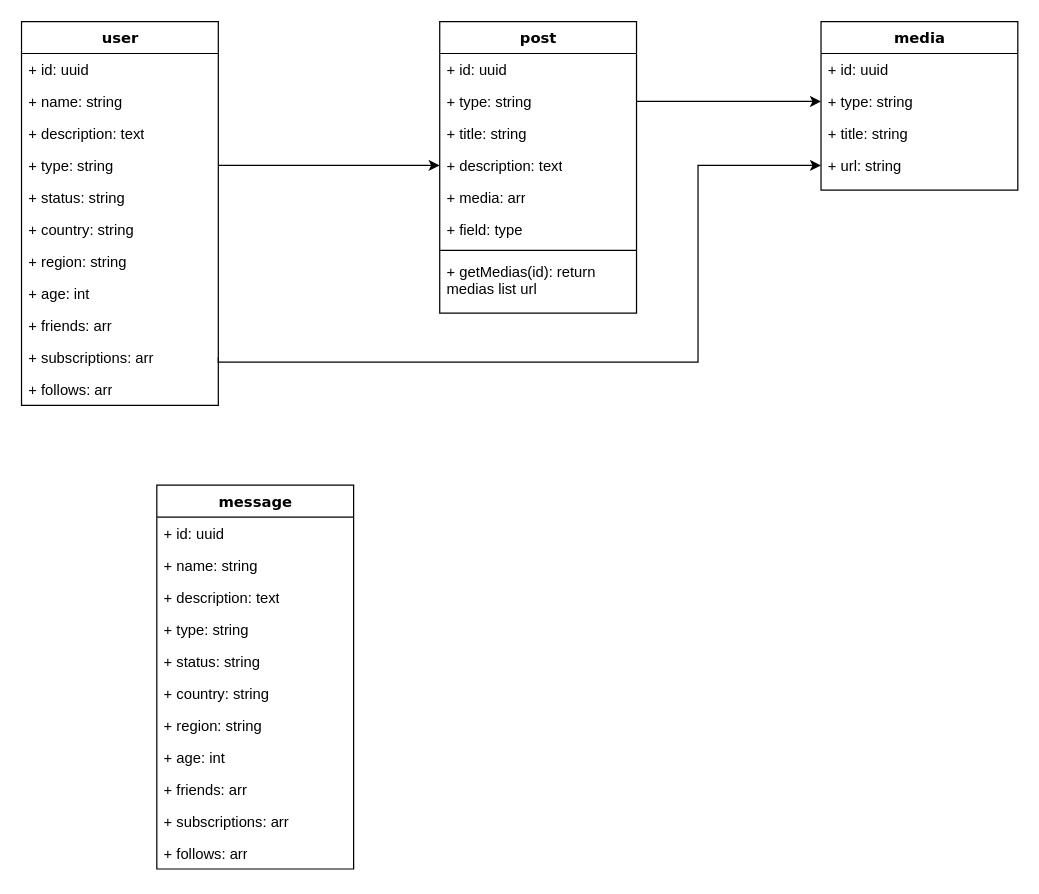
SuperplusMaximus/draw.io keeps this draw.io diagram as Untitled Diagram.drawio. Above is the earlier version. Source tidied: cells renumbered, new cells numbered last; positions are measured from the earlier drawing's top-left corner, leaving out a move shared by most shapes. Both pictures are drawn from the tidied source at 123%, with x=0, y=0 at pixel (21, 21).
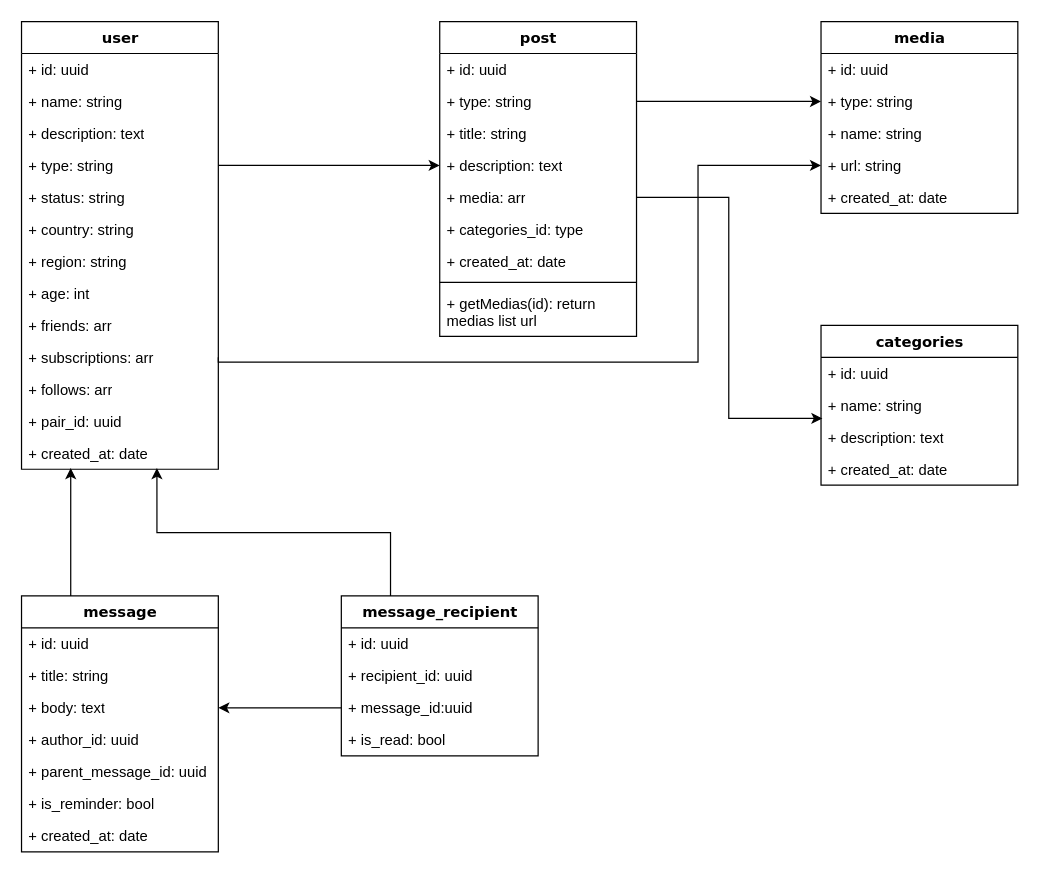
The same diagram, later.

The change refers to these unchanged cells:
```xml
<mxCell id="19" value="+ media: arr" style="text;html=1;strokeColor=none;fillColor=none;align=left;verticalAlign=top;spacingLeft=4;spacingRight=4;whiteSpace=wrap;overflow=hidden;points=[[0,0.5],[1,0.5]];portConstraint=eastwest;" parent="14" vertex="1">
  <mxGeometry y="130" width="160" height="26" as="geometry" />
</mxCell>
```

The edit, as a diff of the source:
```diff
@@
     <mxCell id="2" value="user" style="swimlane;html=1;fontStyle=1;align=center;verticalAlign=top;horizontal=1;startSize=26;swimlaneFillColor=#ffffff;rounded=0;shadow=0;comic=0;labelBackgroundColor=none;strokeWidth=1;fillColor=none;fontFamily=Verdana;fontSize=12;" parent="1" vertex="1">
-      <mxGeometry width="160" height="312" as="geometry" />
+      <mxGeometry width="160" height="364" as="geometry" />
     </mxCell>
@@
+    <mxCell id="43" value="+ pair_id: uuid" style="text;html=1;strokeColor=none;fillColor=none;align=left;verticalAlign=top;spacingLeft=4;spacingRight=4;whiteSpace=wrap;overflow=hidden;" parent="2" vertex="1">
+      <mxGeometry y="312" width="160" height="26" as="geometry" />
+    </mxCell>
+    <mxCell id="44" value="+ created_at: date" style="text;html=1;strokeColor=none;fillColor=none;align=left;verticalAlign=top;spacingLeft=4;spacingRight=4;whiteSpace=wrap;overflow=hidden;points=[[0,0.5],[1,0.5]];portConstraint=eastwest;" parent="2" vertex="1">
+      <mxGeometry y="338" width="160" height="26" as="geometry" />
+    </mxCell>
     <mxCell id="14" value="post" style="swimlane;html=1;fontStyle=1;align=center;verticalAlign=top;horizontal=1;startSize=26;swimlaneFillColor=#ffffff;rounded=0;shadow=0;comic=0;labelBackgroundColor=none;strokeWidth=1;fillColor=none;fontFamily=Verdana;fontSize=12;" parent="1" vertex="1">
-      <mxGeometry x="340" width="160" height="237" as="geometry" />
+      <mxGeometry x="340" width="160" height="256" as="geometry" />
     </mxCell>
@@
-    <mxCell id="20" value="+ field: type" style="text;html=1;strokeColor=none;fillColor=none;align=left;verticalAlign=top;spacingLeft=4;spacingRight=4;whiteSpace=wrap;overflow=hidden;" parent="14" vertex="1">
+    <mxCell id="20" value="+ categories_id: type" style="text;html=1;strokeColor=none;fillColor=none;align=left;verticalAlign=top;spacingLeft=4;spacingRight=4;whiteSpace=wrap;overflow=hidden;" parent="14" vertex="1">
       <mxGeometry y="156" width="160" height="26" as="geometry" />
     </mxCell>
+    <mxCell id="45" value="+ created_at: date" style="text;html=1;strokeColor=none;fillColor=none;align=left;verticalAlign=top;spacingLeft=4;spacingRight=4;whiteSpace=wrap;overflow=hidden;" parent="14" vertex="1">
+      <mxGeometry y="182" width="160" height="26" as="geometry" />
+    </mxCell>
     <mxCell id="21" style="line;html=1;strokeWidth=1;fillColor=none;align=left;verticalAlign=middle;spacingTop=-1;spacingLeft=3;spacingRight=3;labelPosition=right;" parent="14" vertex="1">
-      <mxGeometry y="182" width="160" height="8" as="geometry" />
+      <mxGeometry y="208" width="160" height="8" as="geometry" />
     </mxCell>
     <mxCell id="22" value="+ getMedias(id): return medias list url" style="text;html=1;strokeColor=none;fillColor=none;align=left;verticalAlign=top;spacingLeft=4;spacingRight=4;whiteSpace=wrap;overflow=hidden;" parent="14" vertex="1">
-      <mxGeometry y="190" width="160" height="40" as="geometry" />
+      <mxGeometry y="216" width="160" height="40" as="geometry" />
     </mxCell>
     <mxCell id="23" value="media" style="swimlane;html=1;fontStyle=1;align=center;verticalAlign=top;horizontal=1;startSize=26;swimlaneFillColor=#ffffff;rounded=0;shadow=0;comic=0;labelBackgroundColor=none;strokeWidth=1;fillColor=none;fontFamily=Verdana;fontSize=12;" parent="1" vertex="1">
-      <mxGeometry x="650" width="160" height="137" as="geometry" />
+      <mxGeometry x="650" width="160" height="156" as="geometry" />
     </mxCell>
@@
-    <mxCell id="26" value="+ title: string" style="text;html=1;strokeColor=none;fillColor=none;align=left;verticalAlign=top;spacingLeft=4;spacingRight=4;whiteSpace=wrap;overflow=hidden;" parent="23" vertex="1">
+    <mxCell id="26" value="+ name: string" style="text;html=1;strokeColor=none;fillColor=none;align=left;verticalAlign=top;spacingLeft=4;spacingRight=4;whiteSpace=wrap;overflow=hidden;" parent="23" vertex="1">
       <mxGeometry y="78" width="160" height="26" as="geometry" />
     </mxCell>
@@
+    <mxCell id="46" value="+ created_at: date" style="text;html=1;strokeColor=none;fillColor=none;align=left;verticalAlign=top;spacingLeft=4;spacingRight=4;whiteSpace=wrap;overflow=hidden;" parent="23" vertex="1">
+      <mxGeometry y="130" width="160" height="26" as="geometry" />
+    </mxCell>
@@
+    <mxCell id="47" style="edgeStyle=orthogonalEdgeStyle;rounded=0;jettySize=auto;html=1;exitX=0.25;exitY=0;exitDx=0;exitDy=0;entryX=0.25;entryY=0.962;entryDx=0;entryDy=0;entryPerimeter=0;" parent="1" edge="1" source="31" target="44">
+      <mxGeometry relative="1" as="geometry" />
+    </mxCell>
     <mxCell id="31" value="message" style="swimlane;html=1;fontStyle=1;align=center;verticalAlign=top;horizontal=1;startSize=26;swimlaneFillColor=#ffffff;rounded=0;shadow=0;comic=0;labelBackgroundColor=none;strokeWidth=1;fillColor=none;fontFamily=Verdana;fontSize=12;" parent="1" vertex="1">
-      <mxGeometry x="110" y="377" width="160" height="312" as="geometry" />
+      <mxGeometry y="467" width="160" height="208" as="geometry" />
     </mxCell>
@@
-    <mxCell id="33" value="+ name: string" style="text;html=1;strokeColor=none;fillColor=none;align=left;verticalAlign=top;spacingLeft=4;spacingRight=4;whiteSpace=wrap;overflow=hidden;" parent="31" vertex="1">
+    <mxCell id="33" value="+ title: string" style="text;html=1;strokeColor=none;fillColor=none;align=left;verticalAlign=top;spacingLeft=4;spacingRight=4;whiteSpace=wrap;overflow=hidden;" parent="31" vertex="1">
       <mxGeometry y="52" width="160" height="26" as="geometry" />
     </mxCell>
-    <mxCell id="34" value="+ description: text" style="text;html=1;strokeColor=none;fillColor=none;align=left;verticalAlign=top;spacingLeft=4;spacingRight=4;whiteSpace=wrap;overflow=hidden;points=[[0,0.5],[1,0.5]];portConstraint=eastwest;" parent="31" vertex="1">
+    <mxCell id="34" value="+ body: text" style="text;html=1;strokeColor=none;fillColor=none;align=left;verticalAlign=top;spacingLeft=4;spacingRight=4;whiteSpace=wrap;overflow=hidden;points=[[0,0.5],[1,0.5]];portConstraint=eastwest;" parent="31" vertex="1">
       <mxGeometry y="78" width="160" height="26" as="geometry" />
     </mxCell>
-    <mxCell id="35" value="+ type: string" style="text;html=1;strokeColor=none;fillColor=none;align=left;verticalAlign=top;spacingLeft=4;spacingRight=4;whiteSpace=wrap;overflow=hidden;" parent="31" vertex="1">
-      <mxGeometry y="104" width="160" height="26" as="geometry" />
-    </mxCell>
-    <mxCell id="36" value="+ status: string" style="text;html=1;strokeColor=none;fillColor=none;align=left;verticalAlign=top;spacingLeft=4;spacingRight=4;whiteSpace=wrap;overflow=hidden;" parent="31" vertex="1">
-      <mxGeometry y="130" width="160" height="26" as="geometry" />
+    <mxCell id="36" value="+ author_id: uuid" style="text;html=1;strokeColor=none;fillColor=none;align=left;verticalAlign=top;spacingLeft=4;spacingRight=4;whiteSpace=wrap;overflow=hidden;" parent="31" vertex="1">
+      <mxGeometry y="104" width="160" height="26" as="geometry" />
     </mxCell>
-    <mxCell id="37" value="+ country: string" style="text;html=1;strokeColor=none;fillColor=none;align=left;verticalAlign=top;spacingLeft=4;spacingRight=4;whiteSpace=wrap;overflow=hidden;" parent="31" vertex="1">
-      <mxGeometry y="156" width="160" height="26" as="geometry" />
-    </mxCell>
-    <mxCell id="38" value="+ region: string" style="text;html=1;strokeColor=none;fillColor=none;align=left;verticalAlign=top;spacingLeft=4;spacingRight=4;whiteSpace=wrap;overflow=hidden;" parent="31" vertex="1">
-      <mxGeometry y="182" width="160" height="26" as="geometry" />
-    </mxCell>
-    <mxCell id="39" value="+ age: int" style="text;html=1;strokeColor=none;fillColor=none;align=left;verticalAlign=top;spacingLeft=4;spacingRight=4;whiteSpace=wrap;overflow=hidden;" parent="31" vertex="1">
-      <mxGeometry y="208" width="160" height="26" as="geometry" />
-    </mxCell>
-    <mxCell id="40" value="+ friends: arr" style="text;html=1;strokeColor=none;fillColor=none;align=left;verticalAlign=top;spacingLeft=4;spacingRight=4;whiteSpace=wrap;overflow=hidden;" parent="31" vertex="1">
-      <mxGeometry y="234" width="160" height="26" as="geometry" />
-    </mxCell>
-    <mxCell id="41" value="+ subscriptions: arr" style="text;html=1;strokeColor=none;fillColor=none;align=left;verticalAlign=top;spacingLeft=4;spacingRight=4;whiteSpace=wrap;overflow=hidden;" parent="31" vertex="1">
-      <mxGeometry y="260" width="160" height="26" as="geometry" />
-    </mxCell>
-    <mxCell id="42" value="+ follows: arr" style="text;html=1;strokeColor=none;fillColor=none;align=left;verticalAlign=top;spacingLeft=4;spacingRight=4;whiteSpace=wrap;overflow=hidden;" parent="31" vertex="1">
-      <mxGeometry y="286" width="160" height="26" as="geometry" />
-    </mxCell>
+    <mxCell id="48" value="+ parent_message_id: uuid" style="text;html=1;strokeColor=none;fillColor=none;align=left;verticalAlign=top;spacingLeft=4;spacingRight=4;whiteSpace=wrap;overflow=hidden;" parent="31" vertex="1">
+      <mxGeometry y="130" width="160" height="26" as="geometry" />
+    </mxCell>
+    <mxCell id="49" value="+ is_reminder: bool" style="text;html=1;strokeColor=none;fillColor=none;align=left;verticalAlign=top;spacingLeft=4;spacingRight=4;whiteSpace=wrap;overflow=hidden;" parent="31" vertex="1">
+      <mxGeometry y="156" width="160" height="26" as="geometry" />
+    </mxCell>
+    <mxCell id="50" value="+ created_at: date" style="text;html=1;strokeColor=none;fillColor=none;align=left;verticalAlign=top;spacingLeft=4;spacingRight=4;whiteSpace=wrap;overflow=hidden;" parent="31" vertex="1">
+      <mxGeometry y="182" width="160" height="26" as="geometry" />
+    </mxCell>
+    <mxCell id="51" style="edgeStyle=orthogonalEdgeStyle;rounded=0;jettySize=auto;html=1;exitX=0.25;exitY=0;exitDx=0;exitDy=0;entryX=0.688;entryY=0.962;entryDx=0;entryDy=0;entryPerimeter=0;" parent="1" edge="1" source="52" target="44">
+      <mxGeometry relative="1" as="geometry" />
+    </mxCell>
+    <mxCell id="52" value="message_recipient" style="swimlane;html=1;fontStyle=1;align=center;verticalAlign=top;horizontal=1;startSize=26;swimlaneFillColor=#ffffff;rounded=0;shadow=0;comic=0;labelBackgroundColor=none;strokeWidth=1;fillColor=none;fontFamily=Verdana;fontSize=12;" parent="1" vertex="1">
+      <mxGeometry x="260" y="467" width="160" height="130" as="geometry" />
+    </mxCell>
+    <mxCell id="53" value="&lt;div&gt;+ id: uuid&lt;/div&gt;" style="text;html=1;strokeColor=none;fillColor=none;align=left;verticalAlign=top;spacingLeft=4;spacingRight=4;whiteSpace=wrap;overflow=hidden;" parent="52" vertex="1">
+      <mxGeometry y="26" width="160" height="26" as="geometry" />
+    </mxCell>
+    <mxCell id="54" value="+ recipient_id: uuid" style="text;html=1;strokeColor=none;fillColor=none;align=left;verticalAlign=top;spacingLeft=4;spacingRight=4;whiteSpace=wrap;overflow=hidden;" parent="52" vertex="1">
+      <mxGeometry y="52" width="160" height="26" as="geometry" />
+    </mxCell>
+    <mxCell id="55" value="+ message_id:uuid" style="text;html=1;strokeColor=none;fillColor=none;align=left;verticalAlign=top;spacingLeft=4;spacingRight=4;whiteSpace=wrap;overflow=hidden;points=[[0,0.5],[1,0.5]];portConstraint=eastwest;" parent="52" vertex="1">
+      <mxGeometry y="78" width="160" height="26" as="geometry" />
+    </mxCell>
+    <mxCell id="56" value="+ is_read: bool" style="text;html=1;strokeColor=none;fillColor=none;align=left;verticalAlign=top;spacingLeft=4;spacingRight=4;whiteSpace=wrap;overflow=hidden;" parent="52" vertex="1">
+      <mxGeometry y="104" width="160" height="26" as="geometry" />
+    </mxCell>
+    <mxCell id="57" style="edgeStyle=orthogonalEdgeStyle;rounded=0;jettySize=auto;html=1;exitX=0;exitY=0.5;exitDx=0;exitDy=0;entryX=1;entryY=0.5;entryDx=0;entryDy=0;" parent="1" edge="1" source="55" target="34">
+      <mxGeometry relative="1" as="geometry" />
+    </mxCell>
+    <mxCell id="58" value="categories" style="swimlane;html=1;fontStyle=1;align=center;verticalAlign=top;horizontal=1;startSize=26;swimlaneFillColor=#ffffff;rounded=0;shadow=0;comic=0;labelBackgroundColor=none;strokeWidth=1;fillColor=none;fontFamily=Verdana;fontSize=12;" parent="1" vertex="1">
+      <mxGeometry x="650" y="247" width="160" height="130" as="geometry" />
+    </mxCell>
+    <mxCell id="59" value="+ id: uuid" style="text;html=1;strokeColor=none;fillColor=none;align=left;verticalAlign=top;spacingLeft=4;spacingRight=4;whiteSpace=wrap;overflow=hidden;" parent="58" vertex="1">
+      <mxGeometry y="26" width="160" height="26" as="geometry" />
+    </mxCell>
+    <mxCell id="60" value="+ name: string" style="text;html=1;strokeColor=none;fillColor=none;align=left;verticalAlign=top;spacingLeft=4;spacingRight=4;whiteSpace=wrap;overflow=hidden;" parent="58" vertex="1">
+      <mxGeometry y="52" width="160" height="26" as="geometry" />
+    </mxCell>
+    <mxCell id="61" value="+ description: text" style="text;html=1;strokeColor=none;fillColor=none;align=left;verticalAlign=top;spacingLeft=4;spacingRight=4;whiteSpace=wrap;overflow=hidden;points=[[0,0.5],[1,0.5]];portConstraint=eastwest;" parent="58" vertex="1">
+      <mxGeometry y="78" width="160" height="26" as="geometry" />
+    </mxCell>
+    <mxCell id="62" value="+ created_at: date" style="text;html=1;strokeColor=none;fillColor=none;align=left;verticalAlign=top;spacingLeft=4;spacingRight=4;whiteSpace=wrap;overflow=hidden;" parent="58" vertex="1">
+      <mxGeometry y="104" width="160" height="26" as="geometry" />
+    </mxCell>
+    <mxCell id="63" style="edgeStyle=orthogonalEdgeStyle;rounded=0;jettySize=auto;html=1;exitX=1;exitY=0.5;exitDx=0;exitDy=0;entryX=0.007;entryY=-0.09;entryDx=0;entryDy=0;entryPerimeter=0;" parent="1" edge="1" source="19" target="61">
+      <mxGeometry relative="1" as="geometry" />
+    </mxCell>
```
